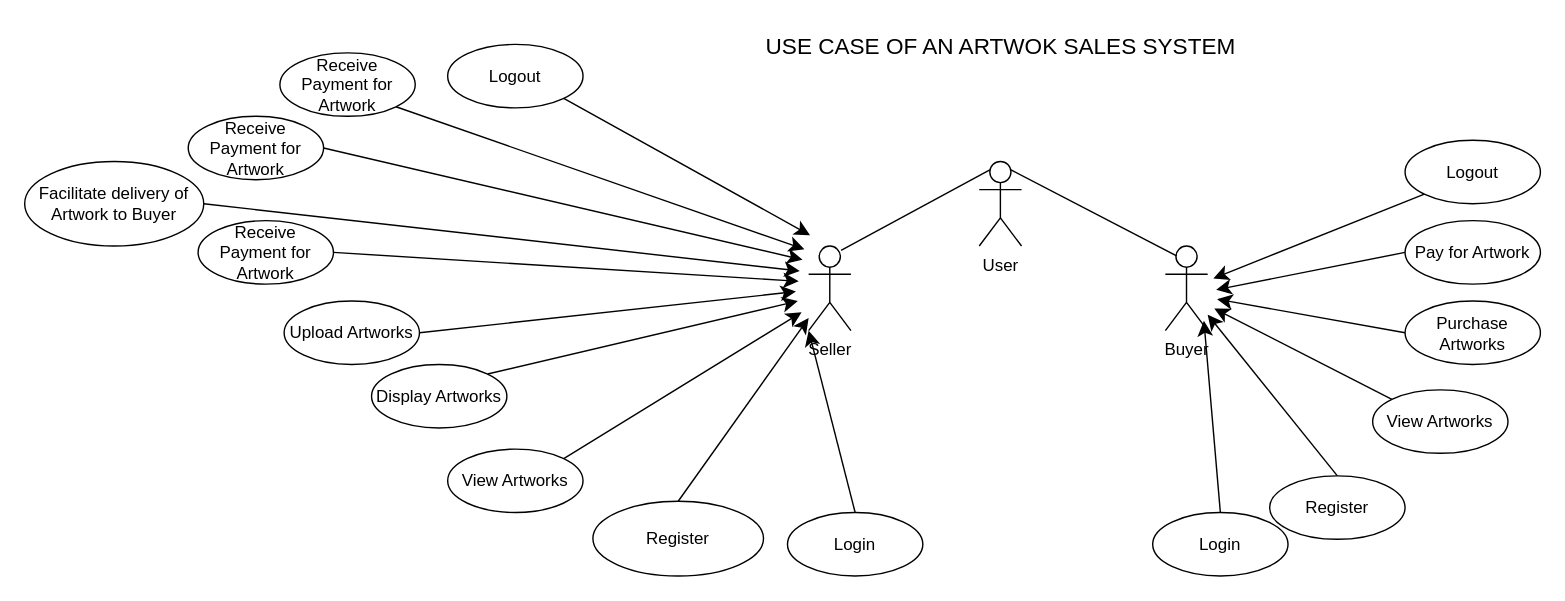
Before: CanvasSea.drawio in David-The-Magnifico/CanvasSea, a draw.io diagram. Source tidied: cells renumbered, new cells numbered last; positions are measured from the earlier drawing's top-left corner, leaving out a move shared by most shapes. Both pictures are drawn from the tidied source at 141%, with x=0, y=0 at pixel (24, 24).
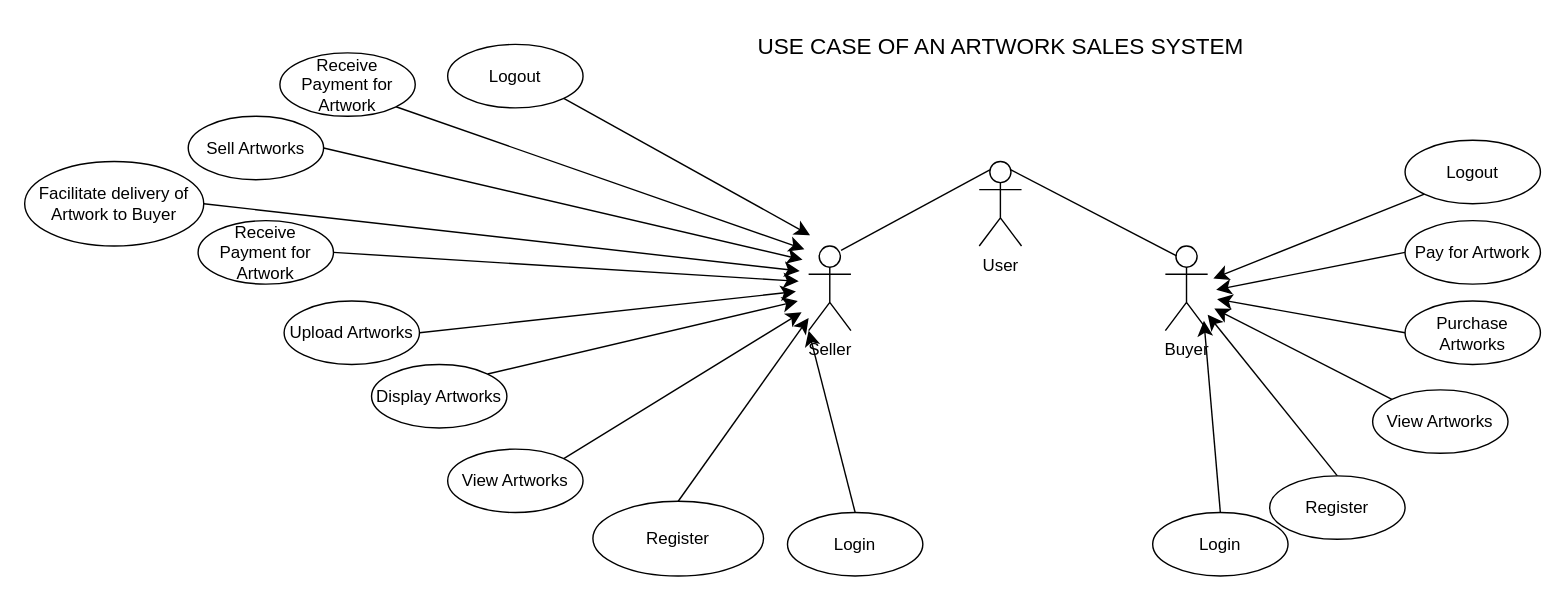
Above is the later version.

Commit message:
Artwork sale build

Diff of the diagram source:
```diff
@@
-    <mxCell id="34" value="Receive Payment for Artwork" style="ellipse;whiteSpace=wrap;html=1;" parent="1" vertex="1">
+    <mxCell id="34" value="Sell Artworks" style="ellipse;whiteSpace=wrap;html=1;" parent="1" vertex="1">
       <mxGeometry x="116" y="65" width="96" height="45" as="geometry" />
     </mxCell>
@@
-    <mxCell id="37" value="USE CASE OF AN ARTWOK SALES SYSTEM" style="text;html=1;align=center;verticalAlign=middle;whiteSpace=wrap;rounded=0;fontSize=16;" parent="1" vertex="1">
+    <mxCell id="37" value="USE CASE OF AN ARTWORK SALES SYSTEM" style="text;html=1;align=center;verticalAlign=middle;whiteSpace=wrap;rounded=0;fontSize=16;" parent="1" vertex="1">
       <mxGeometry x="458.5" width="467" height="30" as="geometry" />
     </mxCell>
```
